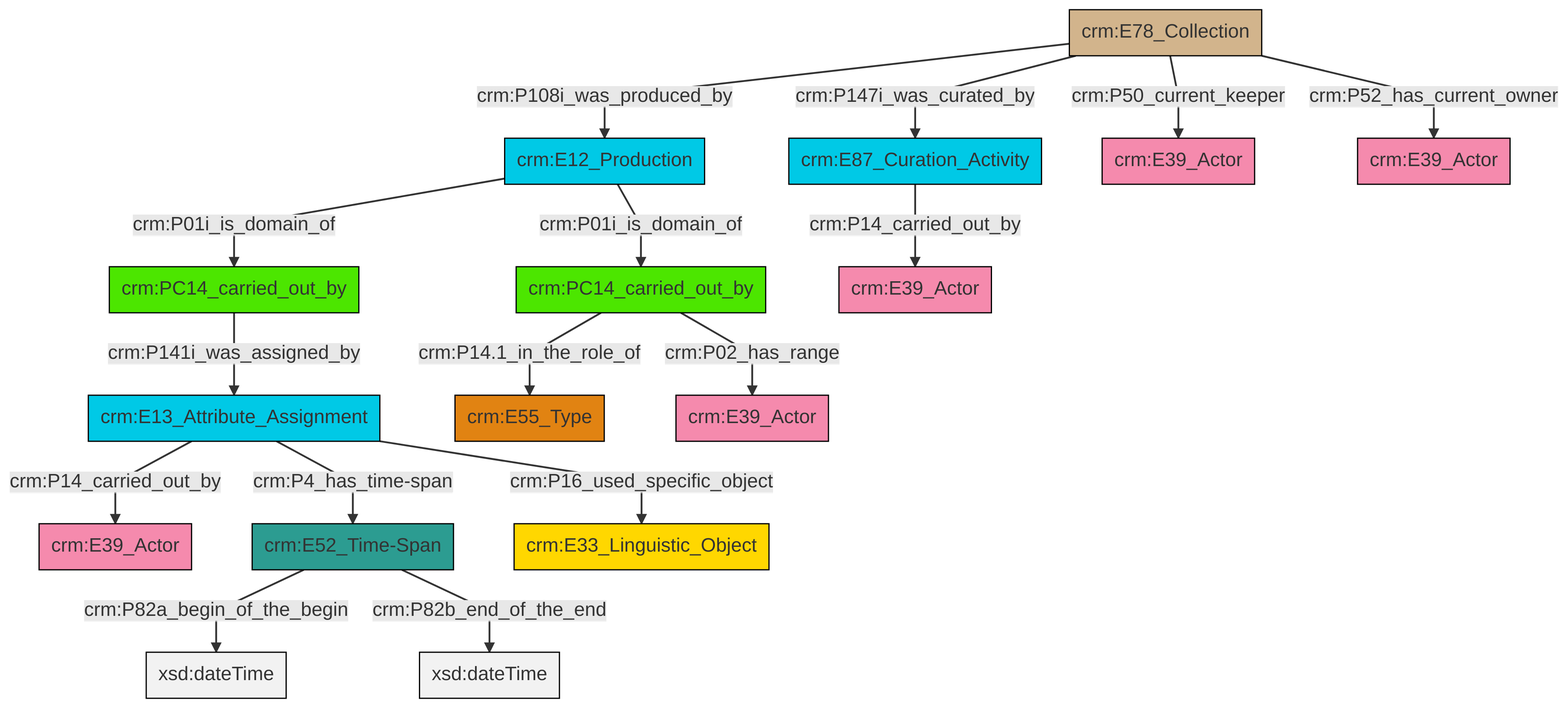
Earlier version of the Mermaid export et/archivalCSV/ttl/mmd/png/archival_relation.png (swiss-art-research-net/docs.swissartresearch). Its source is kept beside it as et/archivalCSV/ttl/mmd/archival_relation.ttl.mmd. Source of this version:
```mermaid
graph TD
classDef Literal fill:#f2f2f2,stroke:#000000;
classDef CRM_Entity fill:#FFFFFF,stroke:#000000;
classDef Temporal_Entity fill:#00C9E6, stroke:#000000;
classDef Type fill:#E18312, stroke:#000000;
classDef Time-Span fill:#2C9C91, stroke:#000000;
classDef Appellation fill:#FFEB7F, stroke:#000000;
classDef Place fill:#008836, stroke:#000000;
classDef Persistent_Item fill:#B266B2, stroke:#000000;
classDef Conceptual_Object fill:#FFD700, stroke:#000000;
classDef Physical_Thing fill:#D2B48C, stroke:#000000;
classDef Actor fill:#f58aad, stroke:#000000;
classDef PC_Classes fill:#4ce600, stroke:#000000;
classDef Multi fill:#cccccc,stroke:#000000;

0["crm:E12_Production"]:::Temporal_Entity -->|crm:P01i_is_domain_of| 4["crm:PC14_carried_out_by"]:::PC_Classes
5["crm:E78_Collection"]:::Physical_Thing -->|crm:P50_current_keeper| 6["crm:E39_Actor"]:::Actor
9["crm:E13_Attribute_Assignment"]:::Temporal_Entity -->|crm:P14_carried_out_by| 12["crm:E39_Actor"]:::Actor
2["crm:E87_Curation_Activity"]:::Temporal_Entity -->|crm:P14_carried_out_by| 15["crm:E39_Actor"]:::Actor
17["crm:E52_Time-Span"]:::Time-Span -->|crm:P82a_begin_of_the_begin| 18[xsd:dateTime]:::Literal
5["crm:E78_Collection"]:::Physical_Thing -->|crm:P52_has_current_owner| 19["crm:E39_Actor"]:::Actor
5["crm:E78_Collection"]:::Physical_Thing -->|crm:P147i_was_curated_by| 2["crm:E87_Curation_Activity"]:::Temporal_Entity
0["crm:E12_Production"]:::Temporal_Entity -->|crm:P01i_is_domain_of| 13["crm:PC14_carried_out_by"]:::PC_Classes
4["crm:PC14_carried_out_by"]:::PC_Classes -->|crm:P02_has_range| 23["crm:E39_Actor"]:::Actor
9["crm:E13_Attribute_Assignment"]:::Temporal_Entity -->|crm:P16_used_specific_object| 25["crm:E33_Linguistic_Object"]:::Conceptual_Object
9["crm:E13_Attribute_Assignment"]:::Temporal_Entity -->|crm:P4_has_time-span| 17["crm:E52_Time-Span"]:::Time-Span
17["crm:E52_Time-Span"]:::Time-Span -->|crm:P82b_end_of_the_end| 26[xsd:dateTime]:::Literal
5["crm:E78_Collection"]:::Physical_Thing -->|crm:P108i_was_produced_by| 0["crm:E12_Production"]:::Temporal_Entity
4["crm:PC14_carried_out_by"]:::PC_Classes -->|crm:P14.1_in_the_role_of| 20["crm:E55_Type"]:::Type
13["crm:PC14_carried_out_by"]:::PC_Classes -->|crm:P141i_was_assigned_by| 9["crm:E13_Attribute_Assignment"]:::Temporal_Entity
```
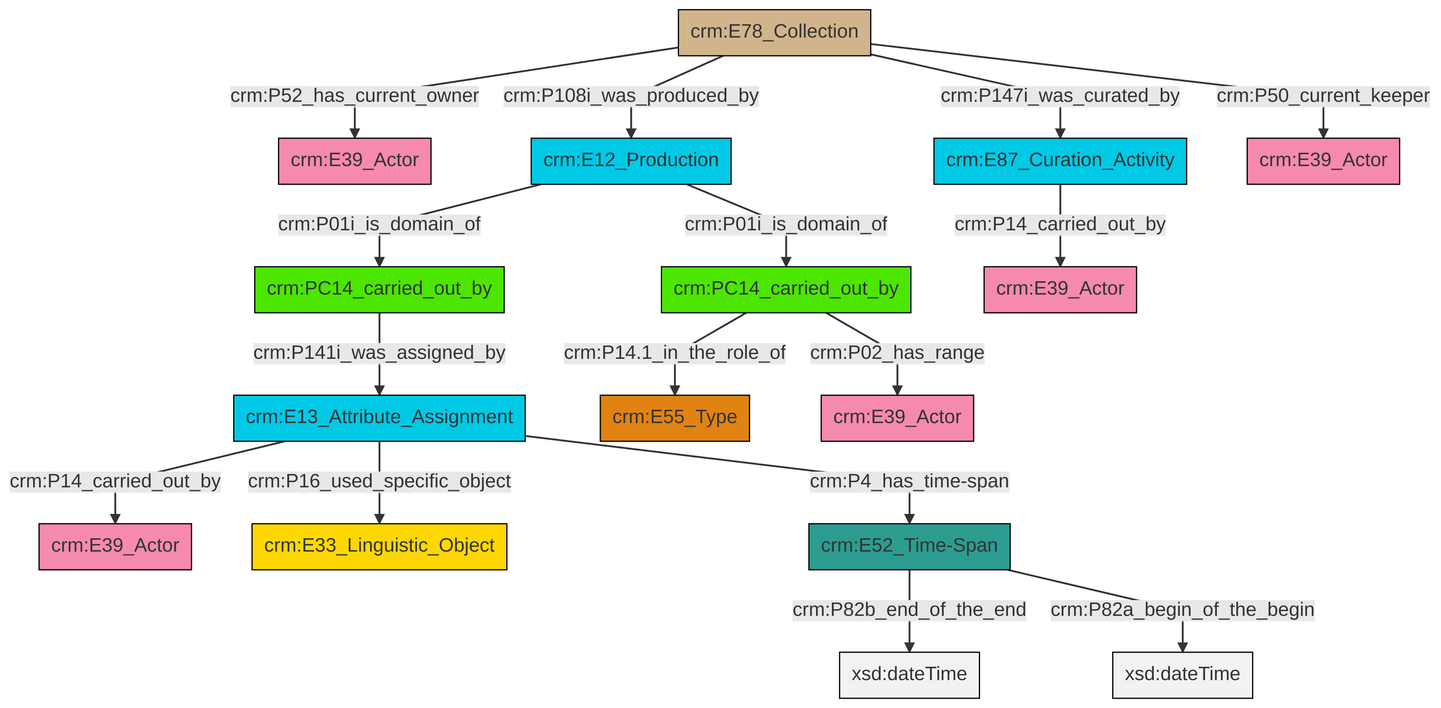
After the commit.

Change to the diagram source:
```diff
@@ -13,18 +13,18 @@
 classDef PC_Classes fill:#4ce600, stroke:#000000;
 classDef Multi fill:#cccccc,stroke:#000000;
 
-0["crm:E12_Production"]:::Temporal_Entity -->|crm:P01i_is_domain_of| 4["crm:PC14_carried_out_by"]:::PC_Classes
-5["crm:E78_Collection"]:::Physical_Thing -->|crm:P50_current_keeper| 6["crm:E39_Actor"]:::Actor
-9["crm:E13_Attribute_Assignment"]:::Temporal_Entity -->|crm:P14_carried_out_by| 12["crm:E39_Actor"]:::Actor
-2["crm:E87_Curation_Activity"]:::Temporal_Entity -->|crm:P14_carried_out_by| 15["crm:E39_Actor"]:::Actor
-17["crm:E52_Time-Span"]:::Time-Span -->|crm:P82a_begin_of_the_begin| 18[xsd:dateTime]:::Literal
-5["crm:E78_Collection"]:::Physical_Thing -->|crm:P52_has_current_owner| 19["crm:E39_Actor"]:::Actor
-5["crm:E78_Collection"]:::Physical_Thing -->|crm:P147i_was_curated_by| 2["crm:E87_Curation_Activity"]:::Temporal_Entity
-0["crm:E12_Production"]:::Temporal_Entity -->|crm:P01i_is_domain_of| 13["crm:PC14_carried_out_by"]:::PC_Classes
-4["crm:PC14_carried_out_by"]:::PC_Classes -->|crm:P02_has_range| 23["crm:E39_Actor"]:::Actor
-9["crm:E13_Attribute_Assignment"]:::Temporal_Entity -->|crm:P16_used_specific_object| 25["crm:E33_Linguistic_Object"]:::Conceptual_Object
-9["crm:E13_Attribute_Assignment"]:::Temporal_Entity -->|crm:P4_has_time-span| 17["crm:E52_Time-Span"]:::Time-Span
-17["crm:E52_Time-Span"]:::Time-Span -->|crm:P82b_end_of_the_end| 26[xsd:dateTime]:::Literal
-5["crm:E78_Collection"]:::Physical_Thing -->|crm:P108i_was_produced_by| 0["crm:E12_Production"]:::Temporal_Entity
-4["crm:PC14_carried_out_by"]:::PC_Classes -->|crm:P14.1_in_the_role_of| 20["crm:E55_Type"]:::Type
-13["crm:PC14_carried_out_by"]:::PC_Classes -->|crm:P141i_was_assigned_by| 9["crm:E13_Attribute_Assignment"]:::Temporal_Entity
+4["crm:E12_Production"]:::Temporal_Entity -->|crm:P01i_is_domain_of| 5["crm:PC14_carried_out_by"]:::PC_Classes
+6["crm:PC14_carried_out_by"]:::PC_Classes -->|crm:P141i_was_assigned_by| 7["crm:E13_Attribute_Assignment"]:::Temporal_Entity
+8["crm:E78_Collection"]:::Physical_Thing -->|crm:P52_has_current_owner| 0["crm:E39_Actor"]:::Actor
+7["crm:E13_Attribute_Assignment"]:::Temporal_Entity -->|crm:P14_carried_out_by| 10["crm:E39_Actor"]:::Actor
+7["crm:E13_Attribute_Assignment"]:::Temporal_Entity -->|crm:P16_used_specific_object| 11["crm:E33_Linguistic_Object"]:::Conceptual_Object
+13["crm:E52_Time-Span"]:::Time-Span -->|crm:P82b_end_of_the_end| 14[xsd:dateTime]:::Literal
+13["crm:E52_Time-Span"]:::Time-Span -->|crm:P82a_begin_of_the_begin| 16[xsd:dateTime]:::Literal
+7["crm:E13_Attribute_Assignment"]:::Temporal_Entity -->|crm:P4_has_time-span| 13["crm:E52_Time-Span"]:::Time-Span
+2["crm:E87_Curation_Activity"]:::Temporal_Entity -->|crm:P14_carried_out_by| 21["crm:E39_Actor"]:::Actor
+8["crm:E78_Collection"]:::Physical_Thing -->|crm:P50_current_keeper| 23["crm:E39_Actor"]:::Actor
+8["crm:E78_Collection"]:::Physical_Thing -->|crm:P108i_was_produced_by| 4["crm:E12_Production"]:::Temporal_Entity
+4["crm:E12_Production"]:::Temporal_Entity -->|crm:P01i_is_domain_of| 6["crm:PC14_carried_out_by"]:::PC_Classes
+8["crm:E78_Collection"]:::Physical_Thing -->|crm:P147i_was_curated_by| 2["crm:E87_Curation_Activity"]:::Temporal_Entity
+5["crm:PC14_carried_out_by"]:::PC_Classes -->|crm:P02_has_range| 26["crm:E39_Actor"]:::Actor
+5["crm:PC14_carried_out_by"]:::PC_Classes -->|crm:P14.1_in_the_role_of| 19["crm:E55_Type"]:::Type
```
